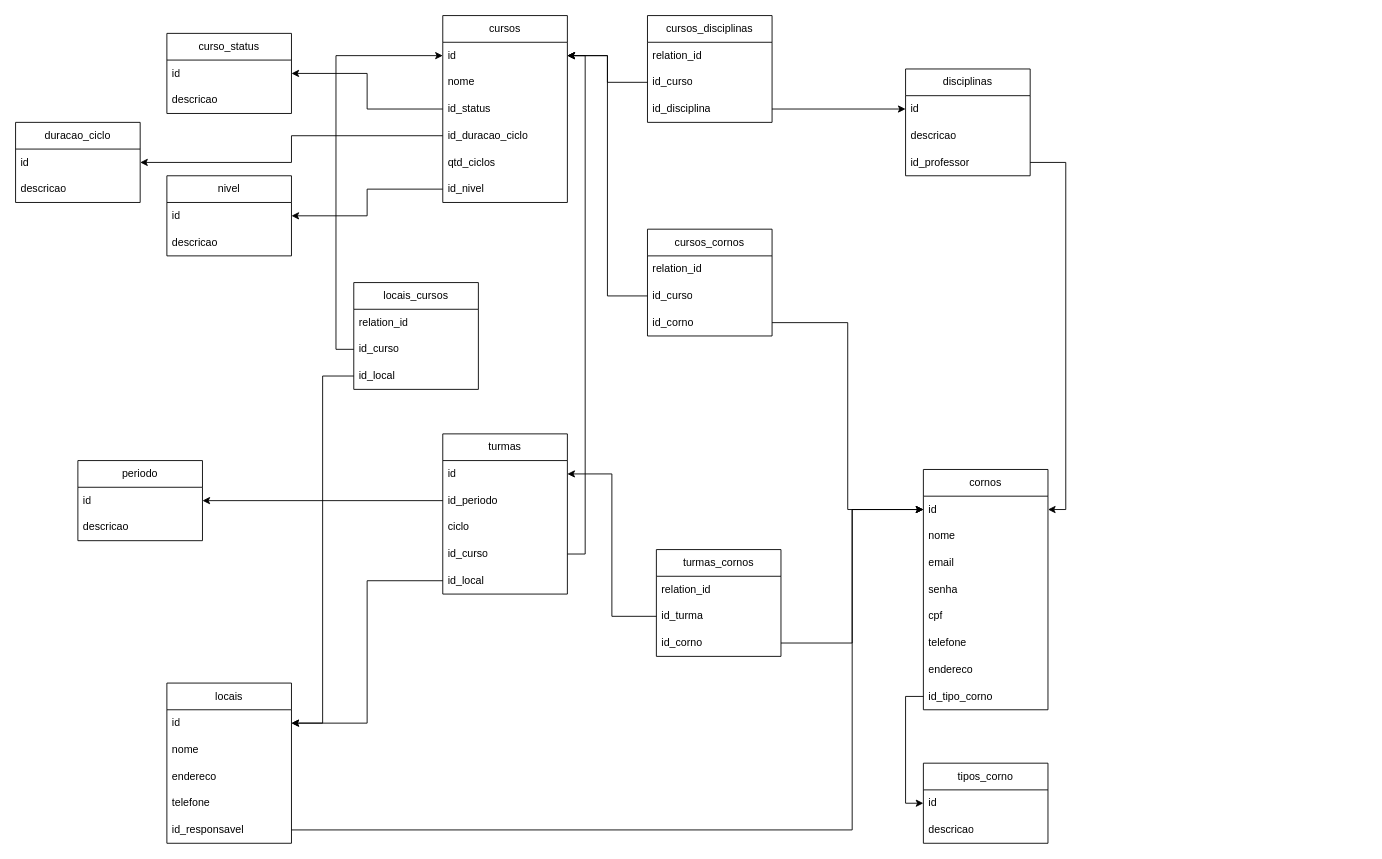
The draw.io diagram db/der_corno.drawio in filipeule/Fatec, before the edit. Source tidied: cells renumbered, new cells numbered last; positions are measured from the earlier drawing's top-left corner, leaving out a move shared by most shapes. Both pictures are drawn from the tidied source at 89%, with x=0, y=0 at pixel (15, 15).
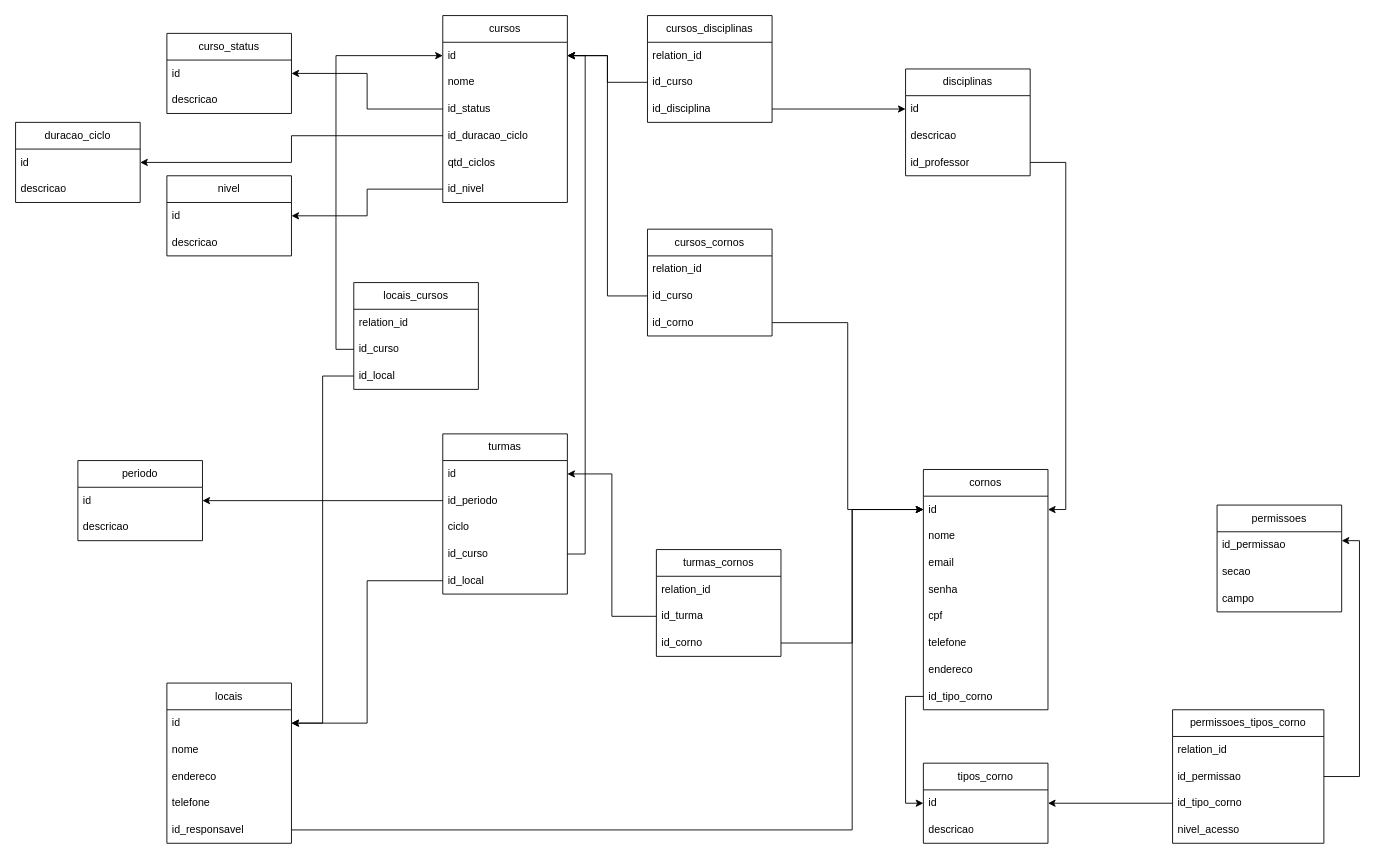
The same diagram, later.

Unchanged cells that the change refers to:
```xml
<mxCell id="63" value="id" style="text;strokeColor=none;fillColor=none;align=left;verticalAlign=middle;spacingLeft=4;spacingRight=4;overflow=hidden;points=[[0,0.5],[1,0.5]];portConstraint=eastwest;whiteSpace=wrap;html=1;" parent="62" vertex="1">
  <mxGeometry y="30" width="140" height="30" as="geometry" />
</mxCell>
```

Change to the diagram source:
```diff
@@
+    <mxCell id="82" value="permissoes" style="swimlane;fontStyle=0;horizontal=1;startSize=30;whiteSpace=wrap;html=1;" parent="1" vertex="1">
+      <mxGeometry x="1350" y="550" width="140" height="120" as="geometry" />
+    </mxCell>
+    <mxCell id="83" value="id_permissao" style="text;strokeColor=none;fillColor=none;align=left;verticalAlign=middle;spacingLeft=4;spacingRight=4;overflow=hidden;points=[[0,0.5],[1,0.5]];portConstraint=eastwest;whiteSpace=wrap;html=1;" parent="82" vertex="1">
+      <mxGeometry y="30" width="140" height="30" as="geometry" />
+    </mxCell>
+    <mxCell id="84" value="secao" style="text;strokeColor=none;fillColor=none;align=left;verticalAlign=middle;spacingLeft=4;spacingRight=4;overflow=hidden;whiteSpace=wrap;html=1;" parent="82" vertex="1">
+      <mxGeometry y="60" width="140" height="30" as="geometry" />
+    </mxCell>
+    <mxCell id="85" value="campo" style="text;strokeColor=none;fillColor=none;align=left;verticalAlign=middle;spacingLeft=4;spacingRight=4;overflow=hidden;whiteSpace=wrap;html=1;" parent="82" vertex="1">
+      <mxGeometry y="90" width="140" height="30" as="geometry" />
+    </mxCell>
+    <mxCell id="86" value="permissoes_tipos_corno" style="swimlane;fontStyle=0;horizontal=1;startSize=30;whiteSpace=wrap;html=1;" parent="1" vertex="1">
+      <mxGeometry x="1300" y="780" width="170" height="150" as="geometry" />
+    </mxCell>
+    <mxCell id="87" value="relation_id" style="text;strokeColor=none;fillColor=none;align=left;verticalAlign=middle;spacingLeft=4;spacingRight=4;overflow=hidden;whiteSpace=wrap;html=1;" parent="86" vertex="1">
+      <mxGeometry y="30" width="170" height="30" as="geometry" />
+    </mxCell>
+    <mxCell id="88" value="id_permissao" style="text;strokeColor=none;fillColor=none;align=left;verticalAlign=middle;spacingLeft=4;spacingRight=4;overflow=hidden;points=[[0,0.5],[1,0.5]];portConstraint=eastwest;whiteSpace=wrap;html=1;" parent="86" vertex="1">
+      <mxGeometry y="60" width="170" height="30" as="geometry" />
+    </mxCell>
+    <mxCell id="89" value="id_tipo_corno" style="text;strokeColor=none;fillColor=none;align=left;verticalAlign=middle;spacingLeft=4;spacingRight=4;overflow=hidden;points=[[0,0.5],[1,0.5]];portConstraint=eastwest;whiteSpace=wrap;html=1;" parent="86" vertex="1">
+      <mxGeometry y="90" width="170" height="30" as="geometry" />
+    </mxCell>
+    <mxCell id="90" value="nivel_acesso" style="text;strokeColor=none;fillColor=none;align=left;verticalAlign=middle;spacingLeft=4;spacingRight=4;overflow=hidden;whiteSpace=wrap;html=1;" parent="86" vertex="1">
+      <mxGeometry y="120" width="170" height="30" as="geometry" />
+    </mxCell>
+    <mxCell id="91" style="edgeStyle=orthogonalEdgeStyle;rounded=0;jettySize=auto;html=1;exitX=0;exitY=0.5;exitDx=0;exitDy=0;entryX=1;entryY=0.5;entryDx=0;entryDy=0;" parent="1" edge="1" source="89" target="63">
+      <mxGeometry relative="1" as="geometry" />
+    </mxCell>
+    <mxCell id="92" style="edgeStyle=orthogonalEdgeStyle;rounded=0;jettySize=auto;html=1;exitX=1;exitY=0.5;exitDx=0;exitDy=0;entryX=1;entryY=0.333;entryDx=0;entryDy=0;entryPerimeter=0;" parent="1" edge="1" source="88" target="83">
+      <mxGeometry relative="1" as="geometry" />
+    </mxCell>
```
